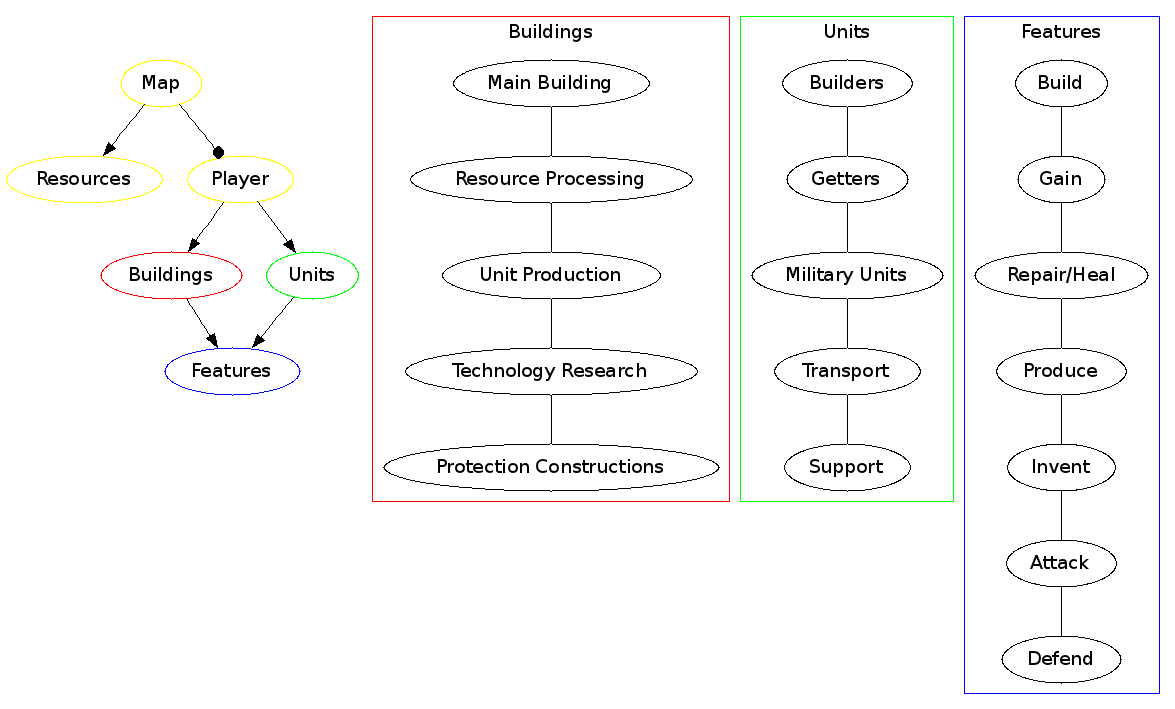
The Graphviz diagram Docs/dot/Basics.dot.png in Akela1101/strategix, before a commit. Its source is kept beside it as Docs/dot/Basics.dot.
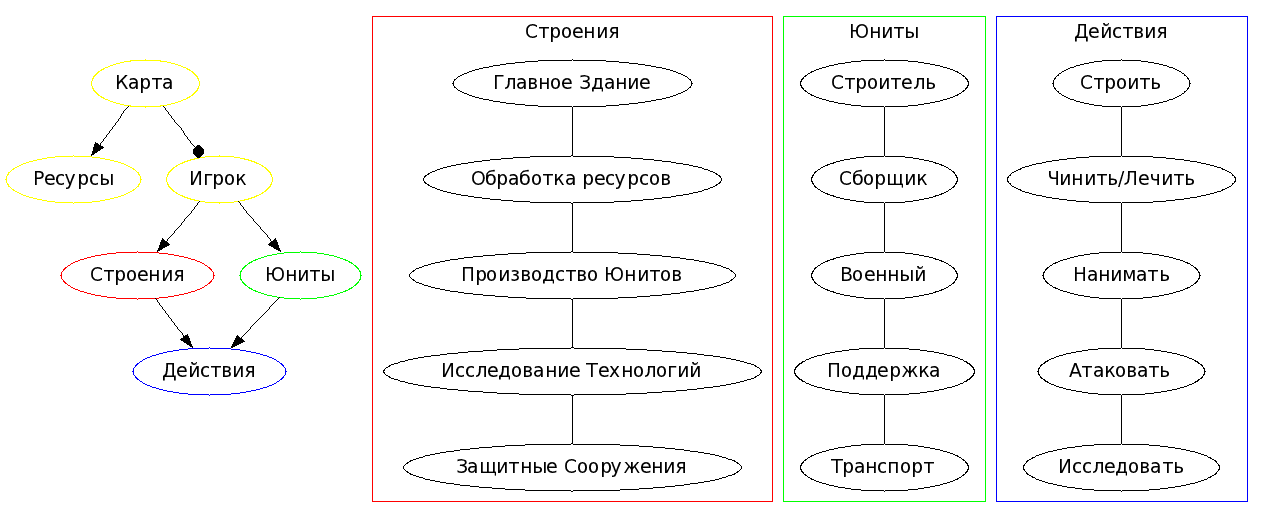
The same file after the commit.

Diff of the diagram source:
```diff
@@ -1,39 +1,39 @@
 digraph G
 {
 
-	Map -> Resources
-	Map -> Player [arrowhead = dot]
-	Player -> Buildings
-	Player -> Units
-	Buildings -> Features
-	Units -> Features
+	Карта -> Ресурсы
+	Карта -> Игрок [arrowhead = dot]
+	Игрок -> Строения
+	Игрок -> Юниты
+	Строения -> Действия
+	Юниты -> Действия
 
-	Map [color = yellow]
-	Player [color = yellow]
-	Resources [color = yellow]
-	Buildings [color = red]
-	Units [color = green]
-	Features [color = blue]
+	Карта [color = yellow]
+	Игрок [color = yellow]
+	Ресурсы [color = yellow]
+	Строения [color = red]
+	Юниты [color = green]
+	Действия [color = blue]
 
 	subgraph cluster_B
 	{
-		label = Buildings;
+		label = Строения;
 		color = red;
-		"Main Building" -> "Resource Processing" -> "Unit Production" -> "Technology Research" -> "Protection Constructions" [arrowhead = none]
+		"Главное Здание" -> "Обработка ресурсов" -> "Производство Юнитов" -> "Исследование Технологий" -> "Защитные Сооружения" [arrowhead = none]
 	}
 
 	subgraph cluster_U
 	{
-		label = Units;
+		label = Юниты;
 		color = green;
-		Builders -> Getters -> "Military Units" -> Transport -> Support [arrowhead = none]
+		Строитель -> Сборщик -> Военный -> Поддержка -> Транспорт [arrowhead = none]
 	}
 
 	subgraph cluster_F
 	{
-		label = Features;
+		label = Действия;
 		color = blue;
-		Build -> Gain -> "Repair/Heal" -> Produce -> Invent -> Attack -> Defend [arrowhead = none]
+		Строить -> "Чинить/Лечить" -> Нанимать -> Атаковать -> Исследовать [arrowhead = none]
 	}
 
 }
```
